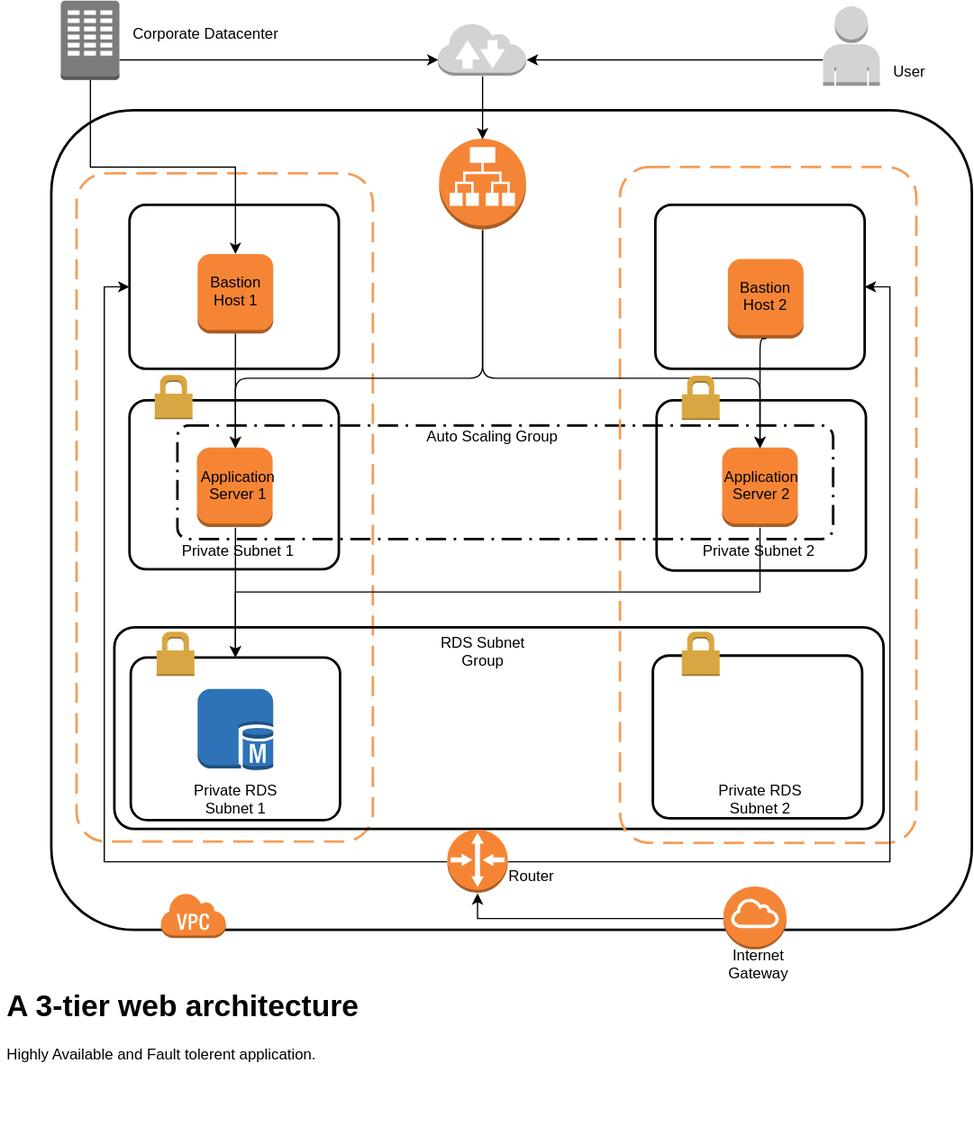
Earlier version of the draw.io export Project 6/assets/HA-FT-Application.svg (shazic/AWS). Source tidied: cells renumbered, new cells last; positions are measured from the earlier drawing's top-left corner, leaving out a move shared by most shapes. Its diagram source:
```xml
<mxGraphModel>
  <root>
    <mxCell id="0" />
    <mxCell id="1" parent="0" />
    <mxCell id="2" style="rounded=1;arcSize=10;dashed=0;strokeColor=#000000;fillColor=none;gradientColor=none;strokeWidth=2;" parent="1" vertex="1">
      <mxGeometry x="40" y="87" width="730" height="650" as="geometry" />
    </mxCell>
    <mxCell id="3" style="rounded=1;arcSize=10;dashed=1;strokeColor=#F59D56;fillColor=none;gradientColor=none;dashPattern=8 4;strokeWidth=2;" parent="1" vertex="1">
      <mxGeometry x="60" y="137" width="235" height="530" as="geometry" />
    </mxCell>
    <mxCell id="4" style="rounded=1;arcSize=10;dashed=0;strokeColor=#000000;fillColor=none;gradientColor=none;strokeWidth=2;" parent="1" vertex="1">
      <mxGeometry x="90" y="497" width="610" height="160" as="geometry" />
    </mxCell>
    <mxCell id="5" style="rounded=1;arcSize=10;dashed=0;strokeColor=#000000;fillColor=none;gradientColor=none;strokeWidth=2;" parent="1" vertex="1">
      <mxGeometry x="102" y="317" width="166" height="134" as="geometry" />
    </mxCell>
    <mxCell id="6" style="rounded=1;arcSize=10;dashed=1;strokeColor=#000000;fillColor=none;gradientColor=none;dashPattern=8 3 1 3;strokeWidth=2;" parent="1" vertex="1">
      <mxGeometry x="140" y="337" width="520" height="90" as="geometry" />
    </mxCell>
    <mxCell id="7" style="outlineConnect=0;dashed=0;verticalLabelPosition=bottom;verticalAlign=top;align=center;html=1;shape=mxgraph.aws3.instance;fillColor=#F58534;gradientColor=none;" parent="1" vertex="1">
      <mxGeometry x="155.5" y="354.5" width="60" height="63" as="geometry" />
    </mxCell>
    <mxCell id="8" value="Application Server 1" style="text;html=1;strokeColor=none;fillColor=none;align=center;verticalAlign=middle;whiteSpace=wrap;rounded=0;dashed=1;opacity=2;" parent="1" vertex="1">
      <mxGeometry x="162.5" y="376.5" width="49" height="20" as="geometry" />
    </mxCell>
    <mxCell id="9" style="rounded=1;arcSize=10;dashed=0;strokeColor=#000000;fillColor=none;gradientColor=none;strokeWidth=2;" parent="1" vertex="1">
      <mxGeometry x="102" y="162" width="166" height="130" as="geometry" />
    </mxCell>
    <mxCell id="10" style="rounded=1;arcSize=10;dashed=1;strokeColor=#F59D56;fillColor=none;gradientColor=none;dashPattern=8 4;strokeWidth=2;" parent="1" vertex="1">
      <mxGeometry x="491" y="132" width="235" height="536" as="geometry" />
    </mxCell>
    <mxCell id="11" style="rounded=1;arcSize=10;dashed=0;strokeColor=#000000;fillColor=none;gradientColor=none;strokeWidth=2;" parent="1" vertex="1">
      <mxGeometry x="520" y="317" width="166" height="135" as="geometry" />
    </mxCell>
    <mxCell id="12" style="rounded=1;arcSize=10;dashed=0;strokeColor=#000000;fillColor=none;gradientColor=none;strokeWidth=2;" parent="1" vertex="1">
      <mxGeometry x="517" y="519.5" width="166" height="129" as="geometry" />
    </mxCell>
    <mxCell id="13" style="rounded=1;arcSize=10;dashed=0;strokeColor=#000000;fillColor=none;gradientColor=none;strokeWidth=2;" parent="1" vertex="1">
      <mxGeometry x="103" y="521" width="166" height="129" as="geometry" />
    </mxCell>
    <mxCell id="14" style="dashed=0;html=1;shape=mxgraph.aws3.virtual_private_cloud;fillColor=#F58536;gradientColor=none;dashed=0;" parent="1" vertex="1">
      <mxGeometry x="126.5" y="707.5" width="52" height="36" as="geometry" />
    </mxCell>
    <mxCell id="15" style="edgeStyle=orthogonalEdgeStyle;rounded=0;html=1;exitX=0.5;exitY=1;exitPerimeter=0;entryX=0.5;entryY=0;entryPerimeter=0;jettySize=auto;" parent="1" edge="1" source="16" target="7">
      <mxGeometry relative="1" as="geometry" />
    </mxCell>
    <mxCell id="16" style="outlineConnect=0;dashed=0;verticalLabelPosition=bottom;verticalAlign=top;align=center;html=1;shape=mxgraph.aws3.instance;fillColor=#F58534;gradientColor=none;" parent="1" vertex="1">
      <mxGeometry x="156" y="201" width="60" height="63" as="geometry" />
    </mxCell>
    <mxCell id="17" style="edgeStyle=orthogonalEdgeStyle;rounded=0;html=1;exitX=0.5;exitY=1;exitPerimeter=0;entryX=0.5;entryY=0;jettySize=auto;" parent="1" edge="1" source="7" target="13">
      <mxGeometry relative="1" as="geometry" />
    </mxCell>
    <mxCell id="18" style="edgeStyle=orthogonalEdgeStyle;rounded=0;html=1;exitX=0.5;exitY=1;exitPerimeter=0;entryX=0.5;entryY=0;jettySize=auto;" parent="1" edge="1" source="19" target="13">
      <mxGeometry relative="1" as="geometry" />
    </mxCell>
    <mxCell id="19" style="outlineConnect=0;dashed=0;verticalLabelPosition=bottom;verticalAlign=top;align=center;html=1;shape=mxgraph.aws3.instance;fillColor=#F58534;gradientColor=none;" parent="1" vertex="1">
      <mxGeometry x="572" y="354.5" width="60" height="63" as="geometry" />
    </mxCell>
    <mxCell id="20" style="edgeStyle=orthogonalEdgeStyle;rounded=0;html=1;exitX=0;exitY=0.5;exitPerimeter=0;entryX=0.5;entryY=1;entryPerimeter=0;jettySize=auto;" parent="1" edge="1" source="21" target="38">
      <mxGeometry relative="1" as="geometry" />
    </mxCell>
    <mxCell id="21" style="outlineConnect=0;dashed=0;verticalLabelPosition=bottom;verticalAlign=top;align=center;html=1;shape=mxgraph.aws3.internet_gateway;fillColor=#F58536;gradientColor=none;" parent="1" vertex="1">
      <mxGeometry x="573" y="702.5" width="50" height="50" as="geometry" />
    </mxCell>
    <mxCell id="22" style="outlineConnect=0;dashed=0;verticalLabelPosition=bottom;verticalAlign=top;align=center;html=1;shape=mxgraph.aws3.application_load_balancer;fillColor=#F58536;gradientColor=none;strokeColor=#000000;" parent="1" vertex="1">
      <mxGeometry x="347.5" y="109.5" width="69" height="72" as="geometry" />
    </mxCell>
    <mxCell id="23" style="edgeStyle=elbowEdgeStyle;elbow=vertical;endArrow=classic;html=1;entryX=0.5;entryY=0;entryPerimeter=0;exitX=0.5;exitY=1;exitPerimeter=0;" parent="1" edge="1" source="22" target="19">
      <mxGeometry relative="1" as="geometry">
        <Array as="points">
          <mxPoint x="431.5" y="299.5" />
          <mxPoint x="371.5" y="529.5" />
        </Array>
      </mxGeometry>
    </mxCell>
    <mxCell id="24" style="edgeStyle=elbowEdgeStyle;elbow=vertical;endArrow=classic;html=1;entryX=0.5;entryY=0;entryPerimeter=0;exitX=0.5;exitY=1;exitPerimeter=0;" parent="1" edge="1" source="22" target="7">
      <mxGeometry relative="1" as="geometry">
        <Array as="points">
          <mxPoint x="251.5" y="299.5" />
        </Array>
      </mxGeometry>
    </mxCell>
    <mxCell id="25" style="edgeStyle=orthogonalEdgeStyle;rounded=0;html=1;exitX=0;exitY=0.68;exitPerimeter=0;entryX=1;entryY=0.7;entryPerimeter=0;jettySize=auto;" parent="1" edge="1" source="26" target="28">
      <mxGeometry relative="1" as="geometry" />
    </mxCell>
    <mxCell id="26" style="outlineConnect=0;dashed=0;verticalLabelPosition=bottom;verticalAlign=top;align=center;html=1;shape=mxgraph.aws3.user;fillColor=#D2D3D3;gradientColor=none;strokeColor=#000000;" parent="1" vertex="1">
      <mxGeometry x="652" y="4.5" width="45" height="63" as="geometry" />
    </mxCell>
    <mxCell id="27" style="edgeStyle=orthogonalEdgeStyle;rounded=0;html=1;exitX=0.5;exitY=1;exitPerimeter=0;entryX=0.5;entryY=0;entryPerimeter=0;jettySize=auto;" parent="1" edge="1" source="28" target="22">
      <mxGeometry relative="1" as="geometry" />
    </mxCell>
    <mxCell id="28" style="outlineConnect=0;dashed=0;verticalLabelPosition=bottom;verticalAlign=top;align=center;html=1;shape=mxgraph.aws3.internet_2;fillColor=#D2D3D3;gradientColor=none;strokeColor=#000000;" parent="1" vertex="1">
      <mxGeometry x="346.5" y="17.5" width="70" height="42" as="geometry" />
    </mxCell>
    <mxCell id="29" style="edgeStyle=orthogonalEdgeStyle;rounded=0;html=1;exitX=0.5;exitY=1;exitPerimeter=0;entryX=0.5;entryY=0;entryPerimeter=0;jettySize=auto;" parent="1" edge="1" source="31" target="16">
      <mxGeometry relative="1" as="geometry" />
    </mxCell>
    <mxCell id="30" style="edgeStyle=orthogonalEdgeStyle;rounded=0;html=1;exitX=1;exitY=0.75;exitPerimeter=0;entryX=0;entryY=0.7;entryPerimeter=0;jettySize=auto;" parent="1" edge="1" source="31" target="28">
      <mxGeometry relative="1" as="geometry" />
    </mxCell>
    <mxCell id="31" style="outlineConnect=0;dashed=0;verticalLabelPosition=bottom;verticalAlign=top;align=center;html=1;shape=mxgraph.aws3.corporate_data_center;fillColor=#7D7C7C;gradientColor=none;strokeColor=#000000;" parent="1" vertex="1">
      <mxGeometry x="47.5" width="46.5" height="63" as="geometry" />
    </mxCell>
    <mxCell id="32" style="outlineConnect=0;dashed=0;verticalLabelPosition=bottom;verticalAlign=top;align=center;html=1;shape=mxgraph.aws3.instance;fillColor=#F58534;gradientColor=none;" parent="1" vertex="1">
      <mxGeometry x="576.5" y="205" width="60" height="63" as="geometry" />
    </mxCell>
    <mxCell id="33" value="Application Server 2" style="text;html=1;strokeColor=none;fillColor=none;align=center;verticalAlign=middle;whiteSpace=wrap;rounded=0;dashed=1;opacity=2;" parent="1" vertex="1">
      <mxGeometry x="577.5" y="376" width="49" height="20" as="geometry" />
    </mxCell>
    <mxCell id="34" value="Bastion Host 1" style="text;html=1;strokeColor=none;fillColor=none;align=center;verticalAlign=middle;whiteSpace=wrap;rounded=0;dashed=1;opacity=2;" parent="1" vertex="1">
      <mxGeometry x="161.5" y="222.5" width="49" height="20" as="geometry" />
    </mxCell>
    <mxCell id="35" value="Bastion Host 2" style="text;html=1;strokeColor=none;fillColor=none;align=center;verticalAlign=middle;whiteSpace=wrap;rounded=0;dashed=1;opacity=2;" parent="1" vertex="1">
      <mxGeometry x="582" y="226.5" width="49" height="20" as="geometry" />
    </mxCell>
    <mxCell id="36" style="edgeStyle=orthogonalEdgeStyle;rounded=0;html=1;exitX=0;exitY=0.5;exitPerimeter=0;jettySize=auto;entryX=0;entryY=0.5;" parent="1" edge="1" source="38" target="9">
      <mxGeometry relative="1" as="geometry" />
    </mxCell>
    <mxCell id="37" style="edgeStyle=orthogonalEdgeStyle;rounded=0;html=1;exitX=1;exitY=0.5;exitPerimeter=0;jettySize=auto;entryX=1;entryY=0.5;" parent="1" edge="1" source="38" target="48">
      <mxGeometry relative="1" as="geometry" />
    </mxCell>
    <mxCell id="38" style="outlineConnect=0;dashed=0;verticalLabelPosition=bottom;verticalAlign=top;align=center;html=1;shape=mxgraph.aws3.router;fillColor=#F58534;gradientColor=none;strokeColor=#000000;" parent="1" vertex="1">
      <mxGeometry x="354" y="657.5" width="48" height="50" as="geometry" />
    </mxCell>
    <mxCell id="39" value="Private Subnet 1" style="text;html=1;strokeColor=none;fillColor=none;align=center;verticalAlign=middle;whiteSpace=wrap;rounded=0;dashed=1;" parent="1" vertex="1">
      <mxGeometry x="134.5" y="423.5" width="104" height="28" as="geometry" />
    </mxCell>
    <mxCell id="40" value="Private Subnet 2" style="text;html=1;strokeColor=none;fillColor=none;align=center;verticalAlign=middle;whiteSpace=wrap;rounded=0;dashed=1;" parent="1" vertex="1">
      <mxGeometry x="548" y="423.5" width="104" height="28" as="geometry" />
    </mxCell>
    <mxCell id="41" value="RDS Subnet Group" style="text;html=1;strokeColor=none;fillColor=none;align=center;verticalAlign=middle;whiteSpace=wrap;rounded=0;dashed=1;" parent="1" vertex="1">
      <mxGeometry x="340" y="503" width="85" height="30" as="geometry" />
    </mxCell>
    <mxCell id="42" value="Private RDS Subnet 1" style="text;html=1;strokeColor=none;fillColor=none;align=center;verticalAlign=middle;whiteSpace=wrap;rounded=0;dashed=1;" parent="1" vertex="1">
      <mxGeometry x="133" y="621.5" width="107" height="28" as="geometry" />
    </mxCell>
    <mxCell id="43" value="Private RDS Subnet 2" style="text;html=1;strokeColor=none;fillColor=none;align=center;verticalAlign=middle;whiteSpace=wrap;rounded=0;dashed=1;" parent="1" vertex="1">
      <mxGeometry x="549" y="621.5" width="107" height="28" as="geometry" />
    </mxCell>
    <mxCell id="44" style="edgeStyle=segmentEdgeStyle;endArrow=classic;html=1;entryX=0.5;entryY=0;entryPerimeter=0;exitX=0.5;exitY=1;exitPerimeter=0;" parent="1" edge="1" source="32" target="19">
      <mxGeometry relative="1" as="geometry" />
    </mxCell>
    <mxCell id="45" value="Internet Gateway" style="text;html=1;strokeColor=none;fillColor=none;align=center;verticalAlign=middle;whiteSpace=wrap;rounded=0;dashed=1;" parent="1" vertex="1">
      <mxGeometry x="571" y="756.5" width="60" height="20" as="geometry" />
    </mxCell>
    <mxCell id="46" value="Router" style="text;html=1;strokeColor=none;fillColor=none;align=center;verticalAlign=middle;whiteSpace=wrap;rounded=0;dashed=1;" parent="1" vertex="1">
      <mxGeometry x="400" y="685.5" width="40" height="20" as="geometry" />
    </mxCell>
    <mxCell id="47" value="&lt;h1&gt;A 3-tier web architecture&lt;br&gt;&lt;/h1&gt;&lt;p&gt;Highly Available and Fault tolerent application.&lt;br&gt;&lt;/p&gt;" style="text;html=1;strokeColor=none;fillColor=none;spacing=5;spacingTop=-20;whiteSpace=wrap;overflow=hidden;rounded=0;dashed=1;" parent="1" vertex="1">
      <mxGeometry y="779.5" width="740" height="120" as="geometry" />
    </mxCell>
    <mxCell id="48" style="rounded=1;arcSize=10;dashed=0;strokeColor=#000000;fillColor=none;gradientColor=none;strokeWidth=2;" parent="1" vertex="1">
      <mxGeometry x="519" y="162" width="166" height="130" as="geometry" />
    </mxCell>
    <mxCell id="49" style="dashed=0;html=1;shape=mxgraph.aws3.permissions;fillColor=#D9A741;gradientColor=none;dashed=0;" parent="1" vertex="1">
      <mxGeometry x="122" y="297" width="30" height="35" as="geometry" />
    </mxCell>
    <mxCell id="50" style="dashed=0;html=1;shape=mxgraph.aws3.permissions;fillColor=#D9A741;gradientColor=none;dashed=0;" parent="1" vertex="1">
      <mxGeometry x="540" y="297.5" width="30" height="35" as="geometry" />
    </mxCell>
    <mxCell id="51" style="dashed=0;html=1;shape=mxgraph.aws3.permissions;fillColor=#D9A741;gradientColor=none;dashed=0;" parent="1" vertex="1">
      <mxGeometry x="123.5" y="500.5" width="30" height="35" as="geometry" />
    </mxCell>
    <mxCell id="52" style="dashed=0;html=1;shape=mxgraph.aws3.permissions;fillColor=#D9A741;gradientColor=none;dashed=0;" parent="1" vertex="1">
      <mxGeometry x="540" y="500.5" width="30" height="35" as="geometry" />
    </mxCell>
    <mxCell id="53" value="Auto Scaling Group" style="text;html=1;align=center;verticalAlign=middle;fillColor=none;strokeColor=none;rounded=0;" parent="1" vertex="1">
      <mxGeometry x="327.5" y="337" width="120" height="20" as="geometry" />
    </mxCell>
    <mxCell id="54" value="User" style="text;html=1;align=center;verticalAlign=middle;fillColor=none;strokeColor=none;rounded=0;" parent="1" vertex="1">
      <mxGeometry x="700" y="47.5" width="40" height="20" as="geometry" />
    </mxCell>
    <mxCell id="55" value="Corporate Datacenter" style="text;html=1;align=center;verticalAlign=middle;fillColor=none;strokeColor=none;rounded=0;" parent="1" vertex="1">
      <mxGeometry x="96.5" y="18" width="130" height="20" as="geometry" />
    </mxCell>
    <mxCell id="56" style="dashed=0;verticalLabelPosition=bottom;verticalAlign=top;align=center;html=1;shape=mxgraph.aws3.sql_master;fillColor=#2E73B8;gradientColor=none;" parent="1" vertex="1">
      <mxGeometry x="156" y="546" width="60" height="64.5" as="geometry" />
    </mxCell>
  </root>
</mxGraphModel>
```
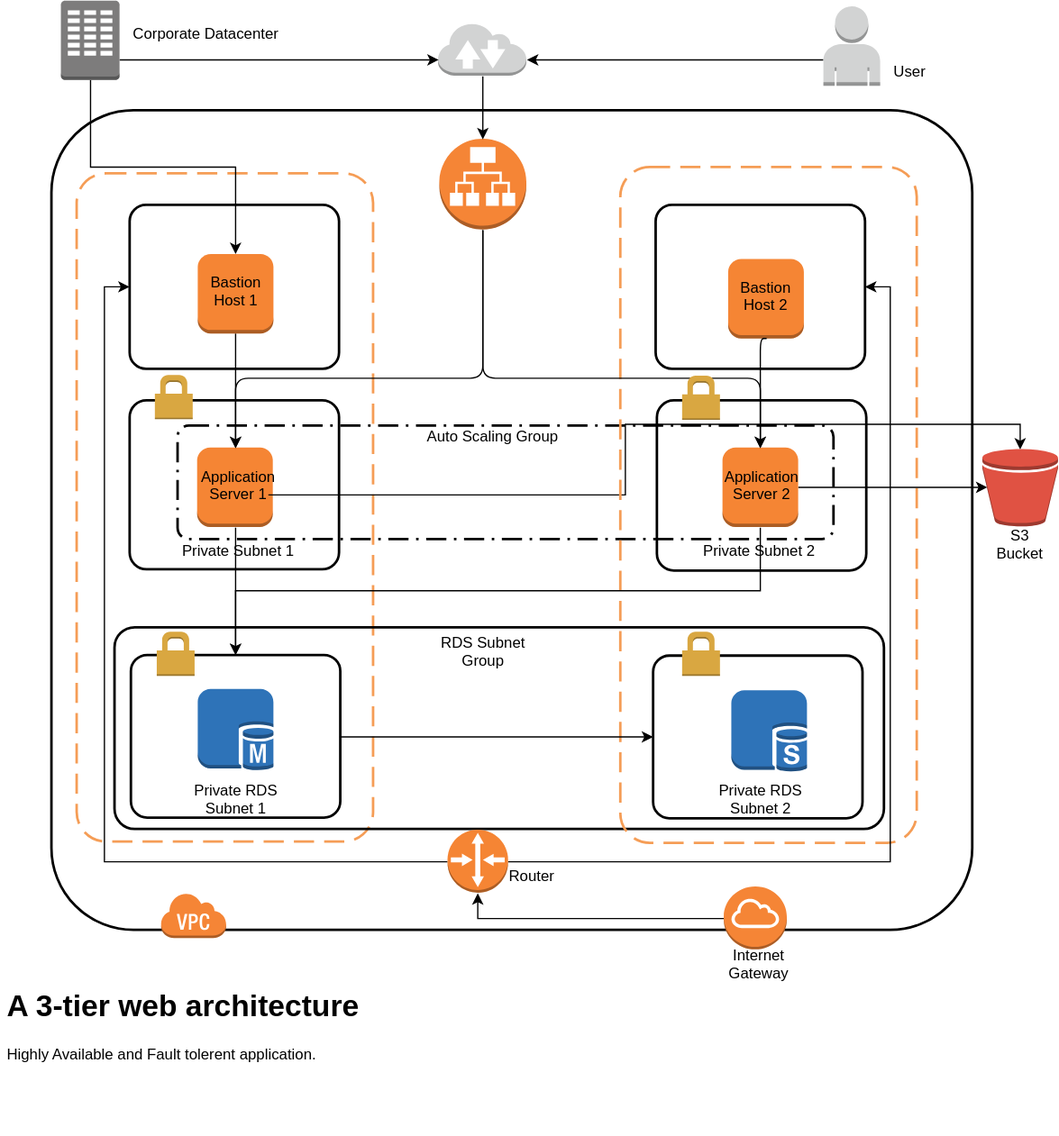
After the change.

Diff of the diagram source:
```diff
@@ -20,6 +20,9 @@
     <mxCell id="7" style="outlineConnect=0;dashed=0;verticalLabelPosition=bottom;verticalAlign=top;align=center;html=1;shape=mxgraph.aws3.instance;fillColor=#F58534;gradientColor=none;" parent="1" vertex="1">
       <mxGeometry x="155.5" y="354.5" width="60" height="63" as="geometry" />
     </mxCell>
+    <mxCell id="57" style="edgeStyle=orthogonalEdgeStyle;rounded=0;html=1;exitX=1;exitY=0.75;entryX=0.5;entryY=0;entryPerimeter=0;jettySize=auto;" parent="1" edge="1" source="8" target="60">
+      <mxGeometry relative="1" as="geometry" />
+    </mxCell>
     <mxCell id="8" value="Application Server 1" style="text;html=1;strokeColor=none;fillColor=none;align=center;verticalAlign=middle;whiteSpace=wrap;rounded=0;dashed=1;opacity=2;" parent="1" vertex="1">
       <mxGeometry x="162.5" y="376.5" width="49" height="20" as="geometry" />
     </mxCell>
@@ -35,8 +38,11 @@
     <mxCell id="12" style="rounded=1;arcSize=10;dashed=0;strokeColor=#000000;fillColor=none;gradientColor=none;strokeWidth=2;" parent="1" vertex="1">
       <mxGeometry x="517" y="519.5" width="166" height="129" as="geometry" />
     </mxCell>
+    <mxCell id="58" style="edgeStyle=orthogonalEdgeStyle;rounded=0;html=1;exitX=1;exitY=0.5;entryX=0;entryY=0.5;jettySize=auto;" parent="1" edge="1" source="13" target="12">
+      <mxGeometry relative="1" as="geometry" />
+    </mxCell>
     <mxCell id="13" style="rounded=1;arcSize=10;dashed=0;strokeColor=#000000;fillColor=none;gradientColor=none;strokeWidth=2;" parent="1" vertex="1">
-      <mxGeometry x="103" y="521" width="166" height="129" as="geometry" />
+      <mxGeometry x="103" y="519" width="166" height="129" as="geometry" />
     </mxCell>
     <mxCell id="14" style="dashed=0;html=1;shape=mxgraph.aws3.virtual_private_cloud;fillColor=#F58536;gradientColor=none;dashed=0;" parent="1" vertex="1">
       <mxGeometry x="126.5" y="707.5" width="52" height="36" as="geometry" />
@@ -53,6 +59,9 @@
     <mxCell id="18" style="edgeStyle=orthogonalEdgeStyle;rounded=0;html=1;exitX=0.5;exitY=1;exitPerimeter=0;entryX=0.5;entryY=0;jettySize=auto;" parent="1" edge="1" source="19" target="13">
       <mxGeometry relative="1" as="geometry" />
     </mxCell>
+    <mxCell id="59" style="edgeStyle=orthogonalEdgeStyle;rounded=0;html=1;exitX=1;exitY=0.5;exitPerimeter=0;entryX=0.06;entryY=0.5;entryPerimeter=0;jettySize=auto;" parent="1" edge="1" source="19" target="60">
+      <mxGeometry relative="1" as="geometry" />
+    </mxCell>
     <mxCell id="19" style="outlineConnect=0;dashed=0;verticalLabelPosition=bottom;verticalAlign=top;align=center;html=1;shape=mxgraph.aws3.instance;fillColor=#F58534;gradientColor=none;" parent="1" vertex="1">
       <mxGeometry x="572" y="354.5" width="60" height="63" as="geometry" />
     </mxCell>
@@ -176,5 +185,14 @@
     <mxCell id="56" style="dashed=0;verticalLabelPosition=bottom;verticalAlign=top;align=center;html=1;shape=mxgraph.aws3.sql_master;fillColor=#2E73B8;gradientColor=none;" parent="1" vertex="1">
       <mxGeometry x="156" y="546" width="60" height="64.5" as="geometry" />
     </mxCell>
+    <mxCell id="60" style="outlineConnect=0;dashed=0;verticalLabelPosition=bottom;verticalAlign=top;align=center;html=1;shape=mxgraph.aws3.bucket;fillColor=#E05243;gradientColor=none;" parent="1" vertex="1">
+      <mxGeometry x="778" y="355.5" width="60" height="61.5" as="geometry" />
+    </mxCell>
+    <mxCell id="61" style="dashed=0;verticalLabelPosition=bottom;verticalAlign=top;align=center;html=1;shape=mxgraph.aws3.sql_slave;fillColor=#2E73B8;gradientColor=none;" parent="1" vertex="1">
+      <mxGeometry x="579" y="547" width="60" height="64.5" as="geometry" />
+    </mxCell>
+    <mxCell id="62" value="S3 Bucket" style="text;html=1;strokeColor=none;fillColor=none;align=center;verticalAlign=middle;whiteSpace=wrap;rounded=0;" parent="1" vertex="1">
+      <mxGeometry x="788" y="423.5" width="40" height="20" as="geometry" />
+    </mxCell>
   </root>
 </mxGraphModel>
```
